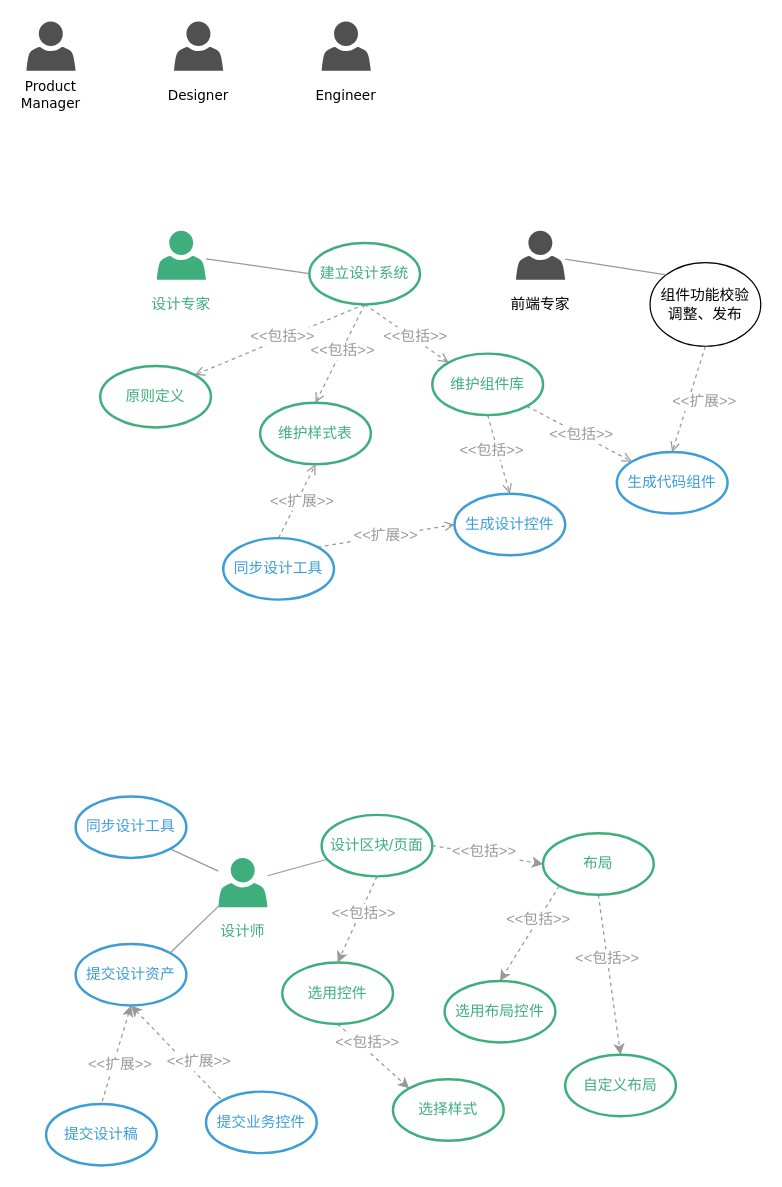
design-to-release/docs keeps this draw.io diagram as assets/source/uml.drawio. Above is the earlier version. Source tidied: cells renumbered, new cells numbered last; positions are measured from the earlier drawing's top-left corner, leaving out a move shared by most shapes. Both pictures are drawn from the tidied source at 123%, with x=0, y=0 at pixel (26, 21).
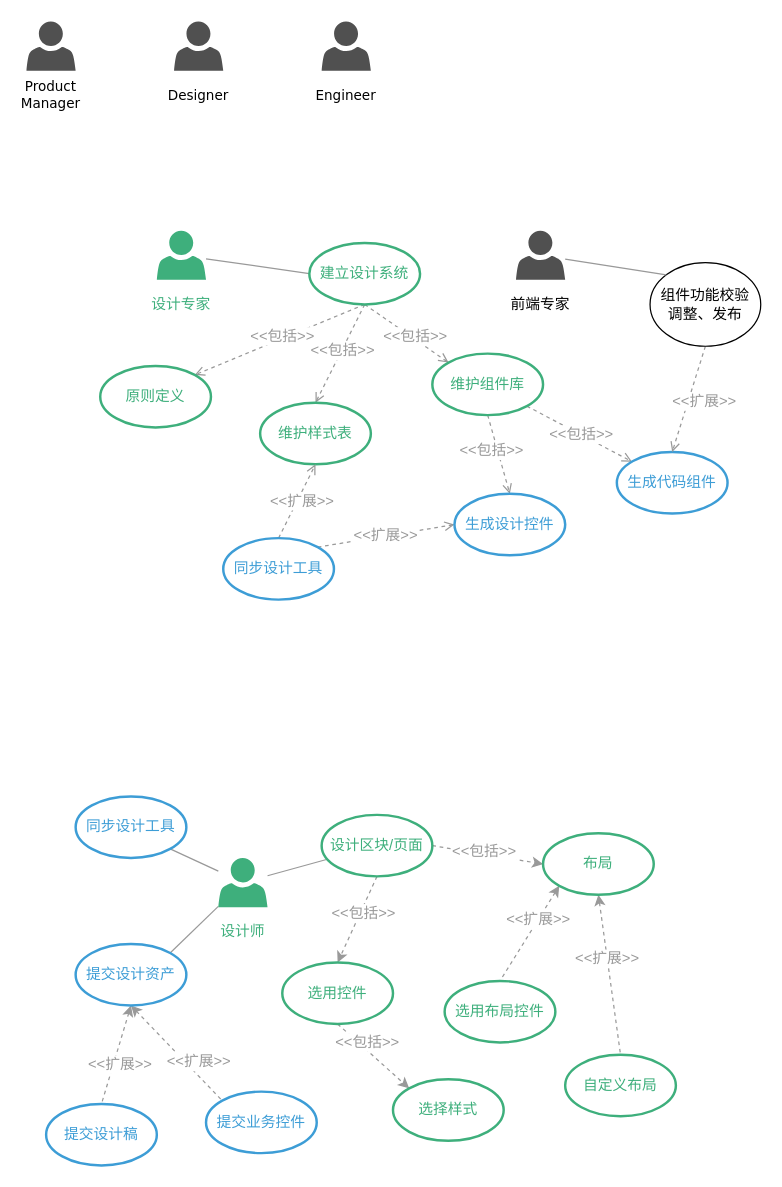
The same diagram, later.

Commit message (it also covers changes not shown here):
docs: modify pics for intro

Unchanged cells that the change refers to:
```xml
<mxCell id="54" value="布局" style="ellipse;whiteSpace=wrap;html=1;fontFamily=PingFangSC;fontSize=12;fontColor=#3EAF7C;strokeColor=#3EAF7C;strokeWidth=2;" parent="1" vertex="1">
  <mxGeometry x="420" y="660" width="90" height="50" as="geometry" />
</mxCell>
<mxCell id="55" value="自定义布局" style="ellipse;whiteSpace=wrap;html=1;fontFamily=PingFangSC;fontSize=12;fontColor=#3EAF7C;strokeColor=#3EAF7C;strokeWidth=2;" parent="1" vertex="1">
  <mxGeometry x="438" y="840" width="90" height="50" as="geometry" />
</mxCell>
<mxCell id="56" value="选用布局控件" style="ellipse;whiteSpace=wrap;html=1;fontFamily=PingFangSC;fontSize=12;fontColor=#3EAF7C;strokeColor=#3EAF7C;strokeWidth=2;" parent="1" vertex="1">
  <mxGeometry x="340" y="780" width="90" height="50" as="geometry" />
</mxCell>
```

Diff of the diagram source:
```diff
@@
-    <mxCell id="50" style="edgeStyle=none;rounded=0;jettySize=auto;html=1;exitX=0.5;exitY=1;exitDx=0;exitDy=0;entryX=0.5;entryY=0;entryDx=0;entryDy=0;endArrow=classic;endFill=1;strokeColor=#999999;fontColor=#999999;dashed=1;" parent="1" edge="1" source="54" target="55">
+    <mxCell id="50" style="edgeStyle=none;rounded=0;jettySize=auto;html=1;exitX=0.5;exitY=1;exitDx=0;exitDy=0;entryX=0.5;entryY=0;entryDx=0;entryDy=0;endArrow=none;endFill=0;strokeColor=#999999;fontColor=#999999;dashed=1;startArrow=classic;startFill=1;" parent="1" edge="1" source="54" target="55">
       <mxGeometry relative="1" as="geometry" />
     </mxCell>
-    <mxCell id="51" value="&amp;lt;&amp;lt;包括&amp;gt;&amp;gt;" style="text;html=1;align=center;verticalAlign=middle;labelBackgroundColor=#ffffff;fontColor=#999999;" parent="50" vertex="1">
+    <mxCell id="51" value="&amp;lt;&amp;lt;扩展&amp;gt;&amp;gt;" style="text;html=1;align=center;verticalAlign=middle;labelBackgroundColor=#ffffff;fontColor=#999999;" parent="50" vertex="1">
       <mxGeometry x="-0.2" y="-1" relative="1" as="geometry" />
     </mxCell>
-    <mxCell id="52" style="edgeStyle=none;rounded=0;jettySize=auto;html=1;exitX=0;exitY=1;exitDx=0;exitDy=0;entryX=0.5;entryY=0;entryDx=0;entryDy=0;endArrow=classic;endFill=1;strokeColor=#999999;fontColor=#999999;dashed=1;" parent="1" edge="1" source="54" target="56">
+    <mxCell id="52" style="edgeStyle=none;rounded=0;jettySize=auto;html=1;exitX=0;exitY=1;exitDx=0;exitDy=0;entryX=0.5;entryY=0;entryDx=0;entryDy=0;endArrow=none;endFill=0;strokeColor=#999999;fontColor=#999999;dashed=1;startArrow=classic;startFill=1;" parent="1" edge="1" source="54" target="56">
       <mxGeometry relative="1" as="geometry" />
     </mxCell>
-    <mxCell id="53" value="&amp;lt;&amp;lt;包括&amp;gt;&amp;gt;" style="text;html=1;align=center;verticalAlign=middle;labelBackgroundColor=#ffffff;fontColor=#999999;" parent="52" vertex="1">
+    <mxCell id="53" value="&amp;lt;&amp;lt;扩展&amp;gt;&amp;gt;" style="text;html=1;align=center;verticalAlign=middle;labelBackgroundColor=#ffffff;fontColor=#999999;" parent="52" vertex="1">
       <mxGeometry x="-0.29" y="-1" relative="1" as="geometry" />
     </mxCell>
```
